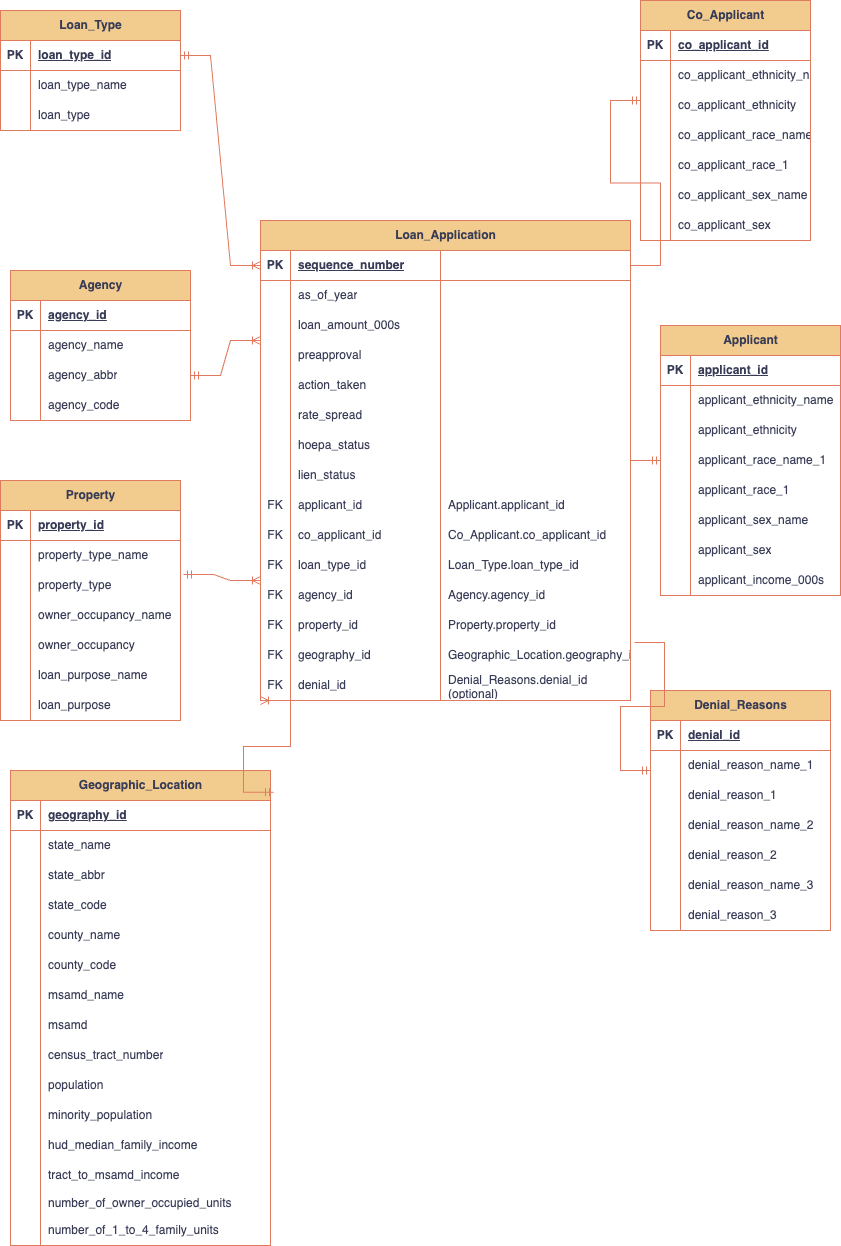
Before: Untitled Diagram.drawio.png, a diagram exported from draw.io (nivasharmaa/CS336-Project0-group43). Source tidied: cells renumbered, new cells last; positions are measured from the earlier drawing's top-left corner, leaving out a move shared by most shapes.
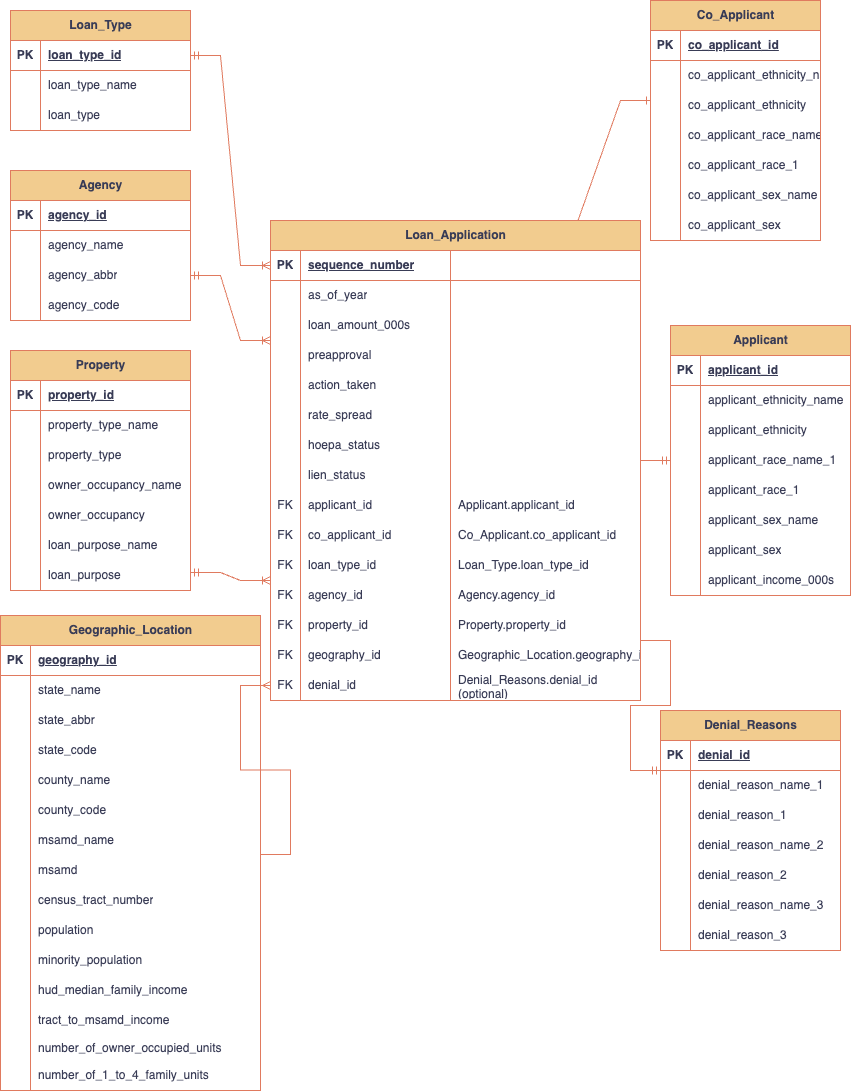
Later version of the same file.

What changed in the source:
```diff
@@ -357,7 +357,7 @@
       <mxGeometry x="30" width="150" height="30" as="geometry" />
     </mxCell>
     <mxCell id="120" value="Agency" style="shape=table;startSize=30;rowLines=0;fontStyle=1;align=center;html=1;labelBackgroundColor=none;fillColor=#F2CC8F;strokeColor=#E07A5F;fontColor=#393C56;" parent="1" vertex="1">
-      <mxGeometry x="10" y="270" width="180" height="150" as="geometry" />
+      <mxGeometry y="170" width="180" height="150" as="geometry" />
     </mxCell>
     <mxCell id="121" style="shape=tableRow;horizontal=0;startSize=0;swimlaneHead=0;swimlaneBody=0;fillColor=none;top=0;left=0;right=0;bottom=1;labelBackgroundColor=none;strokeColor=#E07A5F;fontColor=#393C56;" parent="120" vertex="1">
       <mxGeometry y="30" width="180" height="30" as="geometry" />
@@ -396,7 +396,7 @@
       <mxGeometry x="30" width="150" height="30" as="geometry" />
     </mxCell>
     <mxCell id="133" value="Property" style="shape=table;startSize=30;rowLines=0;fontStyle=1;align=center;html=1;labelBackgroundColor=none;fillColor=#F2CC8F;strokeColor=#E07A5F;fontColor=#393C56;" parent="1" vertex="1">
-      <mxGeometry y="480" width="180" height="240" as="geometry" />
+      <mxGeometry y="350" width="180" height="240" as="geometry" />
     </mxCell>
     <mxCell id="134" style="shape=tableRow;horizontal=0;startSize=0;swimlaneHead=0;swimlaneBody=0;fillColor=none;top=0;left=0;right=0;bottom=1;labelBackgroundColor=none;strokeColor=#E07A5F;fontColor=#393C56;" parent="133" vertex="1">
       <mxGeometry y="30" width="180" height="30" as="geometry" />
@@ -462,7 +462,7 @@
       <mxGeometry x="30" width="150" height="30" as="geometry" />
     </mxCell>
     <mxCell id="155" value="Geographic&lt;span class=&quot;hljs-emphasis&quot;&gt;_Location&lt;/span&gt;" style="shape=table;startSize=30;rowLines=0;fontStyle=1;align=center;html=1;labelBackgroundColor=none;fillColor=#F2CC8F;strokeColor=#E07A5F;fontColor=#393C56;" parent="1" vertex="1">
-      <mxGeometry x="10" y="770" width="260" height="475" as="geometry" />
+      <mxGeometry x="-10" y="615" width="260" height="475" as="geometry" />
     </mxCell>
     <mxCell id="156" style="shape=tableRow;horizontal=0;startSize=0;swimlaneHead=0;swimlaneBody=0;fillColor=none;top=0;left=0;right=0;bottom=1;labelBackgroundColor=none;strokeColor=#E07A5F;fontColor=#393C56;" parent="155" vertex="1">
       <mxGeometry y="30" width="260" height="30" as="geometry" />
@@ -600,7 +600,7 @@
       <mxGeometry x="30" width="230" height="30" as="geometry" />
     </mxCell>
     <mxCell id="201" value="Denial&lt;span class=&quot;hljs-emphasis&quot;&gt;_Reasons&lt;/span&gt;" style="shape=table;startSize=30;rowLines=0;fontStyle=1;align=center;html=1;labelBackgroundColor=none;fillColor=#F2CC8F;strokeColor=#E07A5F;fontColor=#393C56;" parent="1" vertex="1">
-      <mxGeometry x="650" y="690" width="180" height="240" as="geometry" />
+      <mxGeometry x="650" y="710" width="180" height="240" as="geometry" />
     </mxCell>
     <mxCell id="202" style="shape=tableRow;horizontal=0;startSize=0;swimlaneHead=0;swimlaneBody=0;fillColor=none;top=0;left=0;right=0;bottom=1;labelBackgroundColor=none;strokeColor=#E07A5F;fontColor=#393C56;" parent="201" vertex="1">
       <mxGeometry y="30" width="180" height="30" as="geometry" />
@@ -668,8 +668,9 @@
     <mxCell id="223" style="edgeStyle=entityRelationEdgeStyle;fontSize=12;html=1;endArrow=ERmandOne;rounded=0;exitX=1;exitY=0.5;exitDx=0;exitDy=0;entryX=0;entryY=0.5;entryDx=0;entryDy=0;labelBackgroundColor=none;fontColor=default;strokeColor=#E07A5F;" parent="1" edge="1" source="2" target="63">
       <mxGeometry relative="1" as="geometry" />
     </mxCell>
-    <mxCell id="224" style="edgeStyle=entityRelationEdgeStyle;fontSize=12;html=1;endArrow=ERoneToMany;startArrow=ERmandOne;rounded=0;entryX=0;entryY=0.75;entryDx=0;entryDy=0;labelBackgroundColor=none;fontColor=default;strokeColor=#E07A5F;exitX=1.017;exitY=0.133;exitDx=0;exitDy=0;exitPerimeter=0;" parent="1" edge="1" source="140" target="2">
+    <mxCell id="224" style="edgeStyle=entityRelationEdgeStyle;fontSize=12;html=1;endArrow=ERoneToMany;startArrow=ERmandOne;rounded=0;entryX=0;entryY=0.75;entryDx=0;entryDy=0;labelBackgroundColor=none;fontColor=default;strokeColor=#E07A5F;" parent="1" edge="1" target="2">
       <mxGeometry relative="1" as="geometry">
+        <mxPoint x="180" y="572" as="sourcePoint" />
         <Array as="points">
           <mxPoint x="20" y="1250" />
         </Array>
@@ -682,14 +683,6 @@
         </Array>
       </mxGeometry>
     </mxCell>
-    <mxCell id="226" style="edgeStyle=entityRelationEdgeStyle;fontSize=12;html=1;endArrow=ERoneToMany;startArrow=ERmandOne;rounded=0;entryX=0;entryY=1;entryDx=0;entryDy=0;labelBackgroundColor=none;fontColor=default;strokeColor=#E07A5F;exitX=1.012;exitY=0.046;exitDx=0;exitDy=0;exitPerimeter=0;" parent="1" edge="1" source="155" target="2">
-      <mxGeometry relative="1" as="geometry">
-        <Array as="points">
-          <mxPoint x="20" y="1527" />
-          <mxPoint x="300" y="1330" />
-        </Array>
-      </mxGeometry>
-    </mxCell>
     <mxCell id="227" style="edgeStyle=entityRelationEdgeStyle;fontSize=12;html=1;endArrow=ERoneToMany;startArrow=ERmandOne;rounded=0;labelBackgroundColor=none;fontColor=default;strokeColor=#E07A5F;exitX=1;exitY=0.5;exitDx=0;exitDy=0;entryX=0;entryY=0.5;entryDx=0;entryDy=0;" parent="1" edge="1" source="111" target="3">
       <mxGeometry relative="1" as="geometry">
         <Array as="points">
@@ -697,18 +690,22 @@
         </Array>
       </mxGeometry>
     </mxCell>
-    <mxCell id="228" style="edgeStyle=entityRelationEdgeStyle;fontSize=12;html=1;endArrow=ERmandOne;rounded=0;strokeColor=#E07A5F;fontColor=#393C56;fillColor=#F2CC8F;exitX=1;exitY=0.5;exitDx=0;exitDy=0;" parent="1" edge="1" source="3">
-      <mxGeometry relative="1" as="geometry">
-        <mxPoint x="640" y="100" as="targetPoint" />
-        <Array as="points">
-          <mxPoint x="560" y="160" />
-        </Array>
-      </mxGeometry>
-    </mxCell>
-    <mxCell id="229" style="edgeStyle=entityRelationEdgeStyle;fontSize=12;html=1;endArrow=ERmandOne;rounded=0;strokeColor=#E07A5F;fontColor=#393C56;fillColor=#F2CC8F;exitX=1.011;exitY=0.067;exitDx=0;exitDy=0;exitPerimeter=0;" parent="1" edge="1" source="55">
+    <mxCell id="229" style="edgeStyle=entityRelationEdgeStyle;fontSize=12;html=1;endArrow=ERmandOne;rounded=0;strokeColor=#E07A5F;fontColor=#393C56;fillColor=#F2CC8F;exitX=1;exitY=0;exitDx=0;exitDy=0;exitPerimeter=0;" parent="1" edge="1" source="55">
       <mxGeometry relative="1" as="geometry">
         <mxPoint x="650" y="770" as="targetPoint" />
       </mxGeometry>
     </mxCell>
+    <mxCell id="230" style="edgeStyle=entityRelationEdgeStyle;fontSize=12;html=1;endArrow=ERone;endFill=1;rounded=0;strokeColor=#E07A5F;fontColor=#393C56;fillColor=#F2CC8F;exitX=0.75;exitY=0;exitDx=0;exitDy=0;" parent="1" edge="1" source="2">
+      <mxGeometry relative="1" as="geometry">
+        <mxPoint x="640" y="100" as="targetPoint" />
+      </mxGeometry>
+    </mxCell>
+    <mxCell id="231" style="edgeStyle=entityRelationEdgeStyle;fontSize=12;html=1;endArrow=ERmany;rounded=0;strokeColor=#E07A5F;fontColor=#393C56;fillColor=#F2CC8F;entryX=0;entryY=0.5;entryDx=0;entryDy=0;exitX=1;exitY=-0.033;exitDx=0;exitDy=0;exitPerimeter=0;" parent="1" edge="1" source="177" target="59">
+      <mxGeometry relative="1" as="geometry">
+        <Array as="points">
+          <mxPoint x="320" y="730" />
+        </Array>
+      </mxGeometry>
+    </mxCell>
   </root>
 </mxGraphModel>
```
